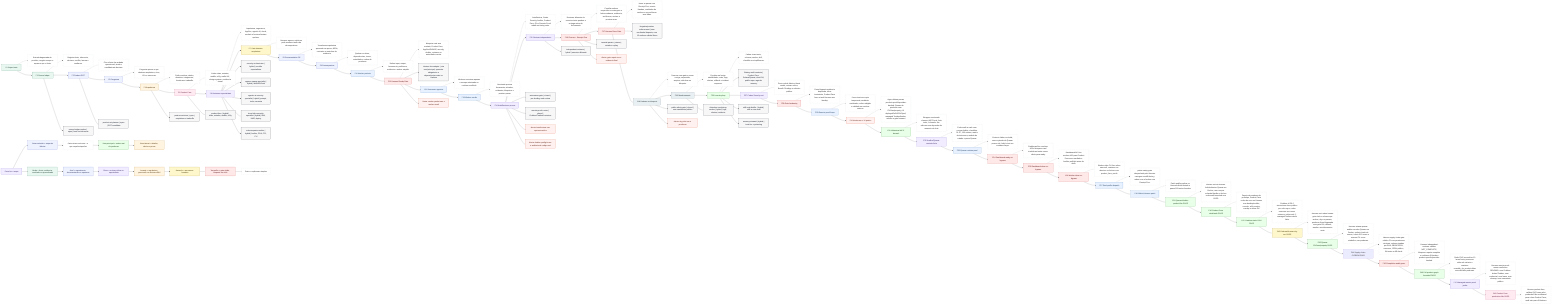
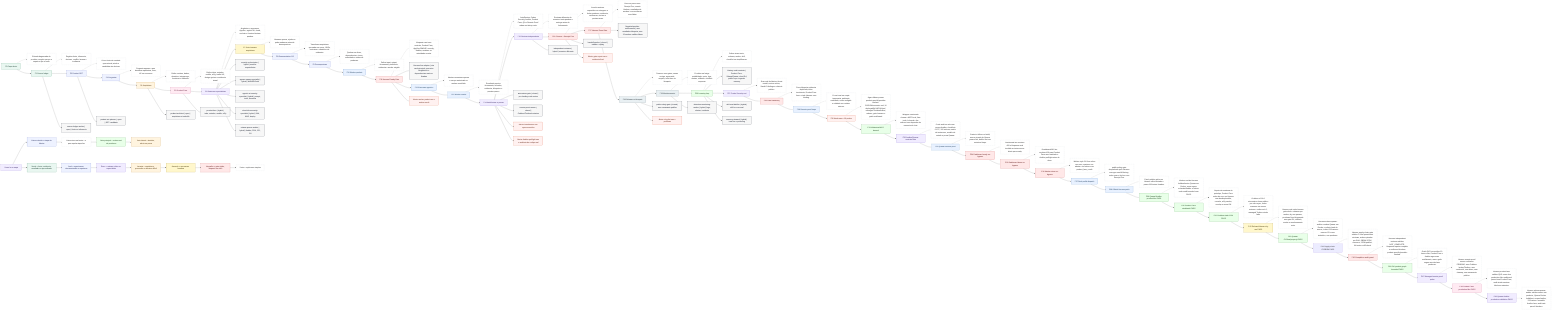
flowchart LR
  F0["F0 Paper bruto"]:::source
  F0D["Entrada baguncada do produto; congela escopo e separa o que e fonte."]:::desc
  F0 -.-> F0D
  F0 --> F1

  F1["F1 Source ledger"]:::source
  F1D["Registra fonte, inferencia, decisao, conflito, lacuna e confianca."]:::desc
  F1 -.-> F1D
  F1 --> F2

  F2["F2 Product SOT"]:::planning
  F2D["Cria a fonte da verdade operacional; ainda e candidata ate decisao."]:::desc
  F2 -.-> F2D
  F2 --> F3

  F3["F3 Perguntas"]:::planning
  F3D["Pergunta apenas o que destrava arquitetura, risco, UX ou execucao."]:::desc
  F3 -.-> F3D
  F3 --> F4

  F4["F4 Arquitetura"]:::architecture
  F4D["Define runtime, dados, dominios, integracoes, fronteiras e tradeoffs."]:::desc
  F4 -.-> F4D
  F4 --> F5

  F5["F5 Product Face"]:::face
  F5D["Define telas, estados, mobile, a11y, wallet UX, design system e evidencia visual."]:::desc
  F5 -.-> F5D
  F5 --> F6

  F6["F6 Revisoes especialistas"]:::review
  F6D["Arquitetura, seguranca, AppSec, agentic AI, cloud, onchain e frontend tentam quebrar."]:::desc
  F6 -.-> F6D
  F6 --> F7

  F7["F7 Gate humano arquitetura"]:::human
  F7D["Humano aprova, rejeita ou pede mudanca antes da decomposicao."]:::desc
  F7 -.-> F7D
  F7 --> F8

  F8["F8 Documentation OS"]:::planning
  F8D["Transforma arquitetura aprovada em specs, ADRs, contratos e caminhos de evidencia."]:::desc
  F8 -.-> F8D
  F8 --> F9

  F9["F9 Decomposicao"]:::planning
  F9D["Quebra em slices, dependencias, riscos, autoridade e ordem de producao."]:::desc
  F9 -.-> F9D
  F9 --> F10

  F10["F10 Worker packets"]:::execution
  F10D["Define input, output, ferramenta, proibicoes, evidencia e worker exigido."]:::desc
  F10 -.-> F10D
  F10 --> F11

  F11["F11 Hermes Ready Gate"]:::gate
  F11D["Bloqueia card sem contrato, Product Face, AppSec/OWASP, security, Auditor, reviewer ou autoridade correta."]:::desc
  F11 -.-> F11D
  F11 --> H1["Hermes live adapter | cria card principal, operarios obrigatorios e dependencias reais no Kanban"]:::worker
  F11 --> F12

  F12["F12 Execucao agentica"]:::execution
  F12D["Workers executam apenas o escopo autorizado no runtime escolhido."]:::desc
  F12 -.-> F12D
  F12 --> F13

  F13["F13 Worker results"]:::execution
  F13D["Resultado precisa ferramenta, achados, evidencia, bloqueios e proximo passo."]:::desc
  F13 -.-> F13D
  F13 --> F14

  F14["F14 AutoReview e provas"]:::review
  F14D["AutoReview, Codex Security, Auditor, Product Face, QA e Remote Proof rodam no timing certo."]:::desc
  F14 -.-> F14D
  F14 --> F15

  F15["F15 Revisao independente"]:::review
  F15D["Reviewer diferente do executor tenta quebrar a entrega antes do fechamento."]:::desc
  F15 -.-> F15D
  F15 --> F16

  F16["F16 Closure + Receipt Five"]:::gate
  F16D["Concilia workers requeridos vs entregues e fecha mudanca, evidencia, verificacao, revisao e proxima acao."]:::desc
  F16 -.-> F16D
  F16 --> F17

  F17["F17 Hermes Done Gate"]:::gate
  F17D["Done so passa com Receipt Five, evento Kanban, resultados de workers e reconciliacao sem faltas."]:::desc
  F17 -.-> F17D
  F17 --> H2["Negative/positive enforcement | sem resultados bloqueia; com 12 workers validos libera"]:::worker
  F17 --> F18

  F18["F18 Release ou bloqueio"]:::release
  F18D["Promove com gates; senao corrige, supersede, arquiva, volta fase ou bloqueia."]:::desc
  F18 -.-> F18D
  F18 --> F19

  F19["F19 Monitoramento"]:::release
  F19D["Produto real exige estabilidade, custo, logs, alertas, rollback e incident response."]:::desc
  F19 -.-> F19D
  F19 --> F20

  F20["F20 Learning loop"]:::learning
  F20D["Falhas viram teste, schema, worker, skill, checklist ou simplificacao."]:::desc
  F20 -.-> F20D
  F20 --> H3["Battery multi-contexto | Product Face, Solana/Quasar, cloud R4, public repo e agentic memory"]:::worker
  F20 --> F27

  F27["F27 Codex Security real"]:::review
  F27D["Scan real da fabrica: threat model, revisao critica, Bandit 0 findings e relatorio publico."]:::desc
  F27 -.-> F27D
  F27 --> F28

  F28["F28 Gate hardening"]:::gate
  F28D["Done bloqueia evidencia duplicada, inline inexistente, Product Face fraco e task Hermes sem binding."]:::desc
  F28 -.-> F28D
  F28 --> F29

  F29["F29 Remote proof limpo"]:::execution
  F29D["Prova local em copia temporaria, ambiente sanitizado, recibo redigido e validado em runtime externo."]:::desc
  F29 -.-> F29D
  F29 --> F30

  F30["F30 Ainda nao e 10 pratico"]:::alert
-   F30D["Agora faltam provas product-specific/provider-backed: Quasar de producao com CU/fuzz/property, UI deployed/full WCAG/perf, managed Testbox/broker, release e gate humano."]:::desc
+   F30D["Agora faltam provas product-specific/provider-backed: CU/SVM/economic real, UI deployed/full WCAG/perf, managed Testbox/broker, release, gate humano e grafo reutilizavel."]:::desc
  F30 -.-> F30D
  F30 --> F31

  F31["F31 Whimsical MCP duravel"]:::learning
  F31D["Wrapper versionado chama o MCP local, lista tools, le board e faz edicoes sem depender da memoria do chat."]:::desc
  F31 -.-> F31D
  F31 --> F32

  F32["F32 Auditor/Quasar contrato forte"]:::review
  F32D["Code audit so vale com corpus Auditor, checklists 01-07, 100 vetores, matriz de instrucoes, modelo de estado e prova Quasar."]:::desc
  F32 -.-> F32D
  F32 --> F33

  F33["F33 Quasar runtime proof"]:::execution
  F33D["Crates.io falhou no build; source pinado do Quasar passou init, build e test em container limpo."]:::desc
  F33 -.-> F33D
  F33 --> F34

  F34["F34 Dashboard ready no-bypass"]:::gate
  F34D["Dashboard live recebeu 409 e bloqueou card invalida ao tentar mover direto para ready."]:::desc
  F34 -.-> F34D
  F34 --> F35

  F35["F35 Dashboard done no-bypass"]:::gate
  F35D["Dashboard/API live recebeu 409 para Product Face sem resultado e Auditor preflight antes de done."]:::desc
  F35 -.-> F35D
  F35 --> F36

  F36["F36 Worker done no-bypass"]:::gate
  F36D["Worker-style CLI live voltou nao-zero, manteve run aberta e so fechou com product_face_result."]:::desc
  F36 -.-> F36D
  F36 --> F37

  F37["F37 Real profile dispatch"]:::execution
  F37D["public-safety-gate despachado pelo Hermes carregou overkill-factory, rodou scan e fechou com Receipt Five."]:::desc
  F37 -.-> F37D
  F37 --> F38

  F38["F38 Official Hermes patch"]:::execution
  F38D["Patch publico aplica no Hermes oficial testado e passa 119 testes focados."]:::desc
  F38 -.-> F38D
  F38 --> F39

  F39["F39 Quasar/Auditor product-like PASS"]:::learning
  F39D["Worker real do Hermes buildou/testou Quasar em Docker, usou corpus solanabr/Auditor e fechou code-audit bounded com PASS."]:::desc
  F39 -.-> F39D
  F39 --> F40

  F40["F40 Product Face atualizado PASS"]:::learning
  F40D["Depois da mudanca do prototipo, Product Face rodou de novo no Hermes com desktop/mobile, console, a11y smoke, overlap e scans OK."]:::desc
  F40 -.-> F40D
  F40 --> F41

  F41["F41 Crabbox static-SSH PASS"]:::learning
  F41D["Crabbox v0.26.0 sincronizou clone publico por ssh+rsync, rodou scanners em runner externo e voltou exit 0; managed Testbox ainda falta."]:::desc
  F41 -.-> F41D
  F41 --> F42

  F42["F42 Release/Human dry-run PASS"]:::human
  F42D["Hermes real rodou human-gate-clerk e release-ops-worker; dry-run passou, producao ficou bloqueada sem gate R4, rollback, smoke e monitoramento reais."]:::desc
  F42 -.-> F42D
  F42 --> F43

  F43["F43 Quasar CU/fuzz/property PASS"]:::learning
  F43D["Hermes solana-quasar-auditor rerodou Quasar em Docker, conferiu hash do source, cobriu 513 casos e marcou CU como simbolico, nao producao."]:::desc
  F43 -.-> F43D
  F43 --> F44

  F44["F44 Supply-chain CI/SBOM PASS"]:::security
  F44D["Hermes supply-chain-gate validou CI com permissoes minimas, actions pinadas por SHA, SBOM SPDX, scanners, JSON publico, 64 testes e diff check."]:::desc
  F44 -.-> F44D
  F44 --> F45

  F45["F45 Completion audit guard"]:::gate
-   F45D["Hermes independent-reviewer validou NOT_COMPLETE, bloqueou require-complete e confirmou 5 blockers product-specific/provider-backed."]:::desc
+   F45D["Hermes independent-reviewer validou NOT_COMPLETE, bloqueou require-complete e confirmou blockers product-specific/provider-backed."]:::desc
  F45 -.-> F45D
  F45 --> F46

  F46["F46 Full product graph bounded PASS"]:::learning
-   F46D["Grafo QVG reconciliou 10 lanes reais, preservou stale refs visiveis e manteve reusable_for_product=false sem declarar producao."]:::desc
+   F46D["Grafo QVG reconciliou 10 lanes reais; Product Face e Auditor agora sao reutilizaveis, mas o grafo segue sem declarar producao."]:::desc
  F46 -.-> F46D
  F46 --> F47

  F47["F47 Managed remote proof probe"]:::review
  F47D["Hermes remote-proof-runner confirmou PENDING: sem Crabbox broker/Testbox, sem credencial, sem lease, sem cleanup; sem vazamento publico."]:::desc
  F47 -.-> F47D
  F47 --> F48

  F48["F48 Product Face production-like PASS"]:::face
-   F48D["Hermes product-face validou QVG como alvo production-like reutilizavel para a lane Product Face; audit caiu para 5 blockers."]:::desc
+   F48D["Hermes product-face validou QVG como alvo production-like reutilizavel para a lane Product Face; audit ainda manteve blockers restantes."]:::desc
  F48 -.-> F48D
+   F48 --> F49
+ 
+   F49["F49 Quasar Auditor production-validation PASS"]:::review
+   F49D["Hermes solana-quasar-auditor validou source em products, Quasar Docker build/test, corpus Auditor, 513 casos e reusable Auditor lane; audit caiu para 4 blockers."]:::desc
+   F49 -.-> F49D

  F1 --> W1["source-ledger-worker | open | fonte vs inferencia"]:::worker
  F2 --> W2["product-sot-planner | open | SOT candidata"]:::worker
  F4 --> W3["product-architect | open | arquitetura e tradeoffs"]:::worker
  F5 --> W4["product-face | hybrid | telas, estados, mobile, a11y"]:::worker
  F6 --> W5["security-orchestrator | hybrid | escolhe especialistas"]:::worker
  F6 --> W6["appsec-owasp-specialist | hybrid | Web/API/Auth"]:::worker
  F6 --> W7["agentic-ai-security-specialist | hybrid | prompt, tools, memoria"]:::worker
  F6 --> W8["cloud-infra-security-specialist | hybrid | IAM, KMS, deploy"]:::worker
  F6 --> W9["solana-quasar-auditor | hybrid | Auditor, PDA, CPI, CU"]:::worker
  F14 --> W10["autoreview-gate | closed | pre-landing code review"]:::worker
  F14 --> W11["remote-proof-runner | closed | Crabbox/Testbox/container"]:::worker
  F15 --> W12["independent-reviewer | hybrid | executor diferente"]:::worker
  F16 --> W13["handoff-packer | closed | estado e replay"]:::worker
  F18 --> W14["public-safety-gate | closed | sem vazamento publico"]:::worker
  F19 --> W15["detection-monitoring-worker | hybrid | logs, alertas, incidente"]:::worker
  F20 --> W16["skill-eval-distiller | hybrid | skill so com eval"]:::worker
  F20 --> W17["memory-steward | hybrid | trust tier e poisoning"]:::worker

  F11 --> A1["Alerta: worker packet nao e worker result"]:::alert
  F16 --> A2["Alerta: gate report nao e evidencia final"]:::alert
  F14 --> A3["Alerta: AutoReview nao aprova sozinho"]:::alert
  F14 --> A4["Alerta: Auditor preflight nao e auditoria de codigo real"]:::alert
  F18 --> A5["Alerta: dry pilot nao e producao"]:::alert

  LEGEND0["Como ler o mapa"]:::review
  LEGEND1["Caixa colorida = etapa da fabrica"]:::planning
  LEGEND2["Caixa cinza na frente = o que aquela etapa faz"]:::desc
  LEGEND3["Seta principal = ordem real de producao"]:::learning
  LEGEND4["Seta lateral = detalhe, alerta ou prova"]:::architecture
  LEGEND5["Verde = fonte, evidencia, resultado ou aprendizado"]:::source
  LEGEND6["Azul = organizacao, documentacao ou operacao"]:::planning
  LEGEND7["Roxo = revisao critica ou especialista"]:::review
  LEGEND8["Laranja = arquitetura, promocao ou decisao dificil"]:::architecture
  LEGEND9["Amarelo = aprovacao humana"]:::human
  LEGEND10["Vermelho = gate rigido, bloqueio ou risco"]:::gate
  LEGEND11["Prata = explicacao simples"]:::desc

  LEGEND0 --> LEGEND1 --> LEGEND2 --> LEGEND3 --> LEGEND4
  LEGEND0 --> LEGEND5 --> LEGEND6 --> LEGEND7 --> LEGEND8 --> LEGEND9 --> LEGEND10 --> LEGEND11

  classDef source fill:#e9f7f1,stroke:#217a54,color:#12372a;
  classDef planning fill:#eef2ff,stroke:#4f63c6,color:#1c2455;
  classDef architecture fill:#fff4df,stroke:#b36b00,color:#4a2d00;
  classDef face fill:#ffeaf2,stroke:#c23b72,color:#5f1735;
  classDef review fill:#f1ecff,stroke:#7656c9,color:#33215f;
  classDef human fill:#fff7cc,stroke:#9b7a00,color:#3d3000;
  classDef execution fill:#e8f1ff,stroke:#2e6db5,color:#173858;
  classDef gate fill:#ffe8e8,stroke:#bf3434,color:#5a1111;
  classDef release fill:#e9f0f3,stroke:#51626b,color:#202b30;
  classDef learning fill:#e8ffe8,stroke:#3b8b3b,color:#173d17;
  classDef desc fill:#ffffff,stroke:#aab3bd,color:#222222,stroke-dasharray: 3 3;
  classDef worker fill:#f7f7f7,stroke:#111827,color:#111827;
  classDef alert fill:#fff1f0,stroke:#d4380d,color:#5c1a08;
